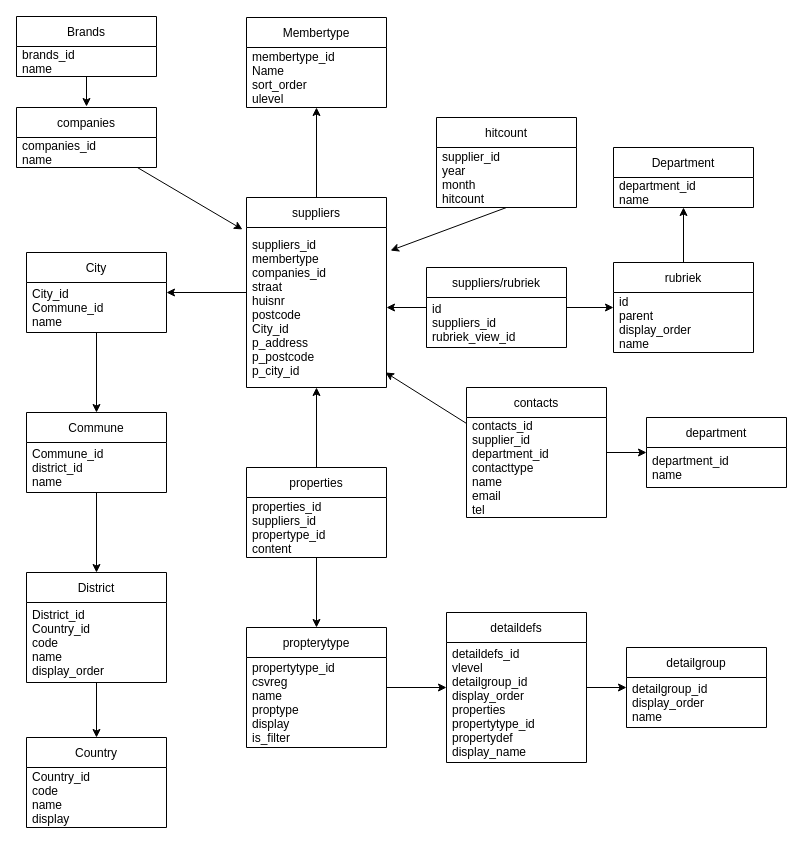
Earlier version of the draw.io diagram relational-data-storage/opdracht-2/Opdracht2.drawio (JelleKruijssen/educom-data-science-1664806245). Source tidied: cells renumbered, new cells numbered last; positions are measured from the earlier drawing's top-left corner, leaving out a move shared by most shapes. Both pictures are drawn from the tidied source at 100%, with x=0, y=0 at pixel (16, 16).
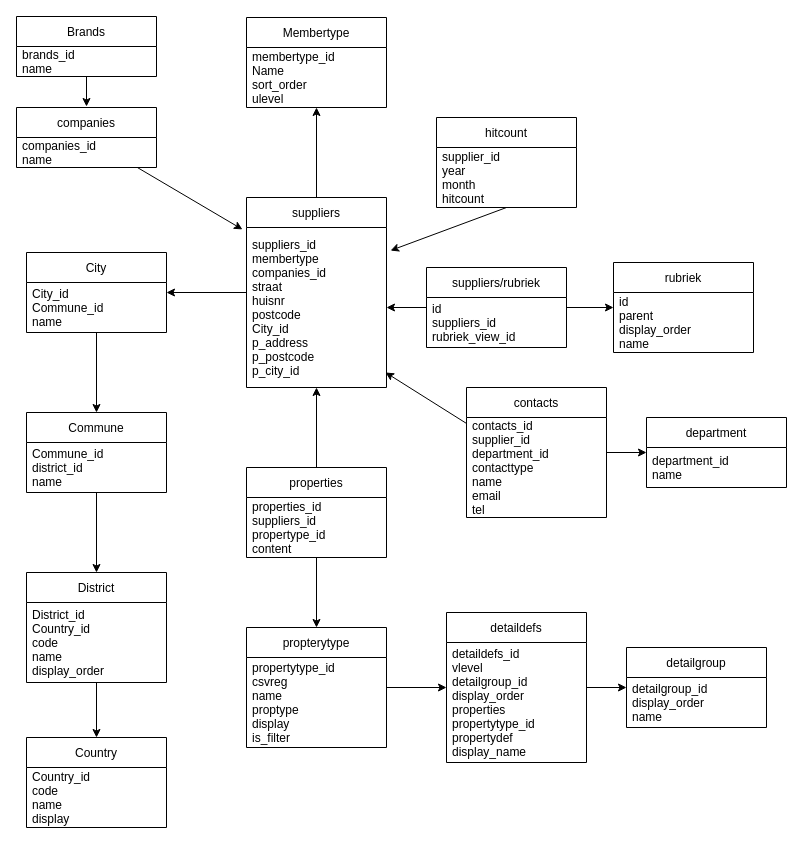
The same diagram, later.

Unchanged cells that the change refers to:
```xml
<mxCell id="13" value="rubriek" style="swimlane;fontStyle=0;horizontal=1;startSize=30;" parent="1" vertex="1">
  <mxGeometry x="597" y="246" width="140" height="90" as="geometry" />
</mxCell>
```

Change to the diagram source:
```diff
@@
-    <mxCell id="12" style="edgeStyle=none;html=1;" parent="1" edge="1" source="13" target="47">
-      <mxGeometry relative="1" as="geometry" />
-    </mxCell>
@@
-    <mxCell id="47" value="Department" style="swimlane;fontStyle=0;horizontal=1;startSize=30;" parent="1" vertex="1">
-      <mxGeometry x="597" y="131" width="140" height="60" as="geometry" />
-    </mxCell>
-    <mxCell id="48" value="department_id&#10;name" style="text;strokeColor=none;fillColor=none;align=left;verticalAlign=middle;spacingLeft=4;spacingRight=4;overflow=hidden;" parent="47" vertex="1">
-      <mxGeometry y="30" width="140" height="30" as="geometry" />
-    </mxCell>
```
